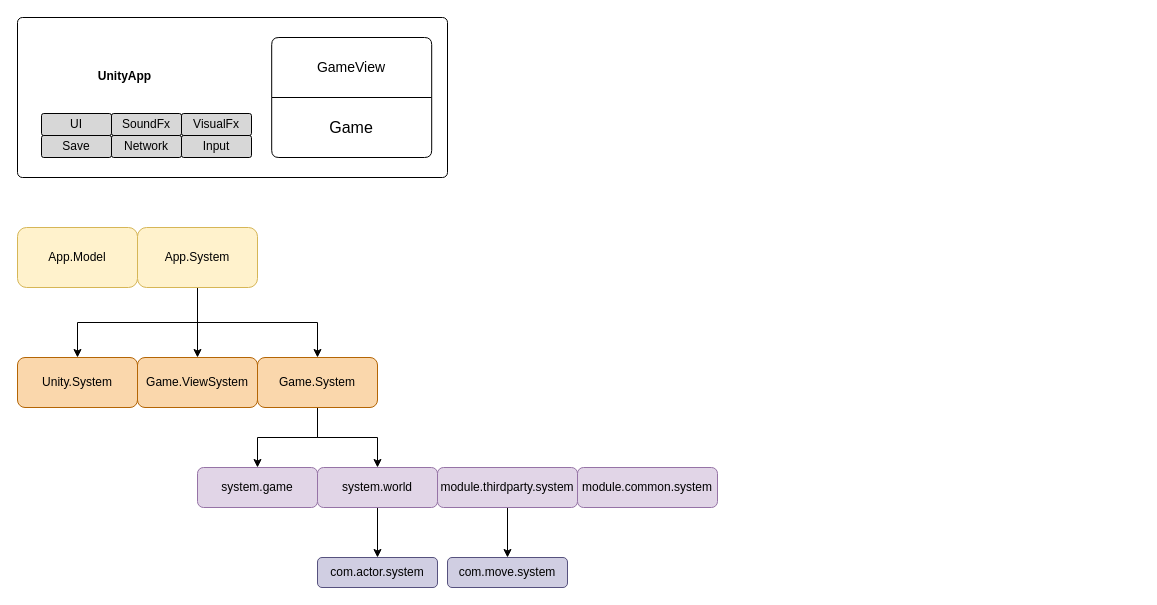
Earlier version of the draw.io diagram Readme/ecsnode.drawio (m969/EcsNode). Source tidied: cells renumbered, new cells numbered last; positions are measured from the earlier drawing's top-left corner, leaving out a move shared by most shapes. Both pictures are drawn from the tidied source at 100%, with x=0, y=0 at pixel (17, 17).
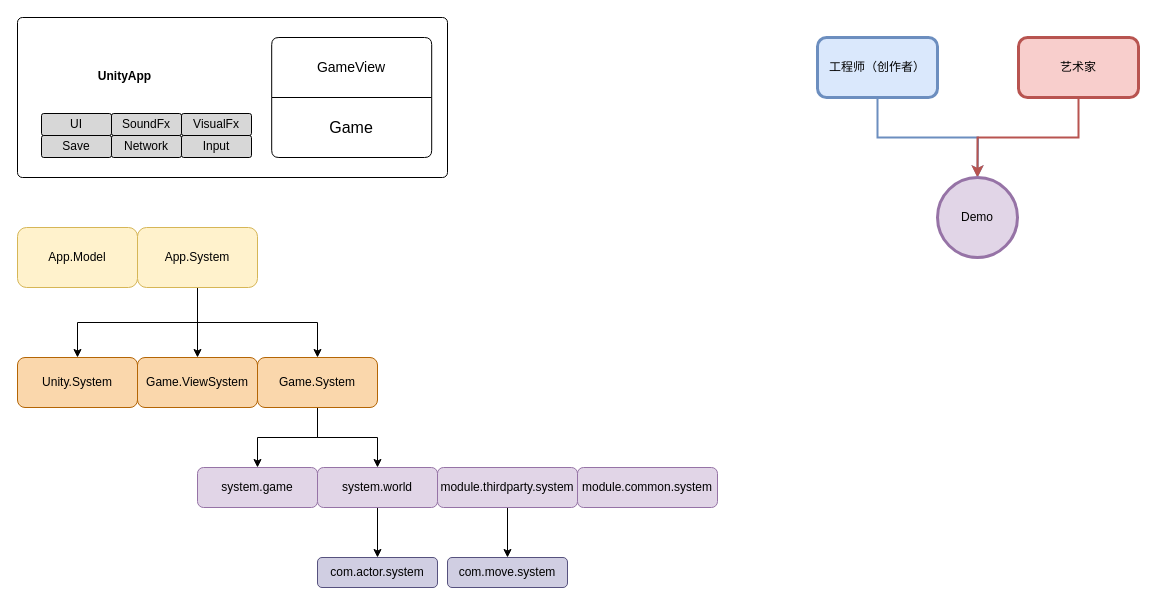
After the change.

Diff of the diagram source:
```diff
@@
+    <mxCell id="30" style="edgeStyle=orthogonalEdgeStyle;rounded=0;jettySize=auto;html=1;exitX=0.5;exitY=1;exitDx=0;exitDy=0;strokeWidth=2;fillColor=#dae8fc;strokeColor=#6c8ebf;" parent="1" edge="1" source="31">
+      <mxGeometry relative="1" as="geometry">
+        <mxPoint x="960" y="160" as="targetPoint" />
+      </mxGeometry>
+    </mxCell>
+    <mxCell id="31" value="工程师（创作者）" style="rounded=1;whiteSpace=wrap;html=1;strokeWidth=3;fillColor=#dae8fc;strokeColor=#6c8ebf;" parent="1" vertex="1">
+      <mxGeometry x="800" y="20" width="120" height="60" as="geometry" />
+    </mxCell>
+    <mxCell id="32" style="edgeStyle=orthogonalEdgeStyle;rounded=0;jettySize=auto;html=1;exitX=0.5;exitY=1;exitDx=0;exitDy=0;entryX=0.5;entryY=0;entryDx=0;entryDy=0;strokeWidth=2;fillColor=#f8cecc;strokeColor=#b85450;" parent="1" edge="1" source="33" target="34">
+      <mxGeometry relative="1" as="geometry" />
+    </mxCell>
+    <mxCell id="33" value="艺术家" style="rounded=1;whiteSpace=wrap;html=1;strokeWidth=3;fillColor=#f8cecc;strokeColor=#b85450;" parent="1" vertex="1">
+      <mxGeometry x="1001" y="20" width="120" height="60" as="geometry" />
+    </mxCell>
+    <mxCell id="34" value="Demo" style="ellipse;whiteSpace=wrap;html=1;strokeWidth=3;fillColor=#e1d5e7;strokeColor=#9673a6;" parent="1" vertex="1">
+      <mxGeometry x="920" y="160" width="80" height="80" as="geometry" />
+    </mxCell>
```
